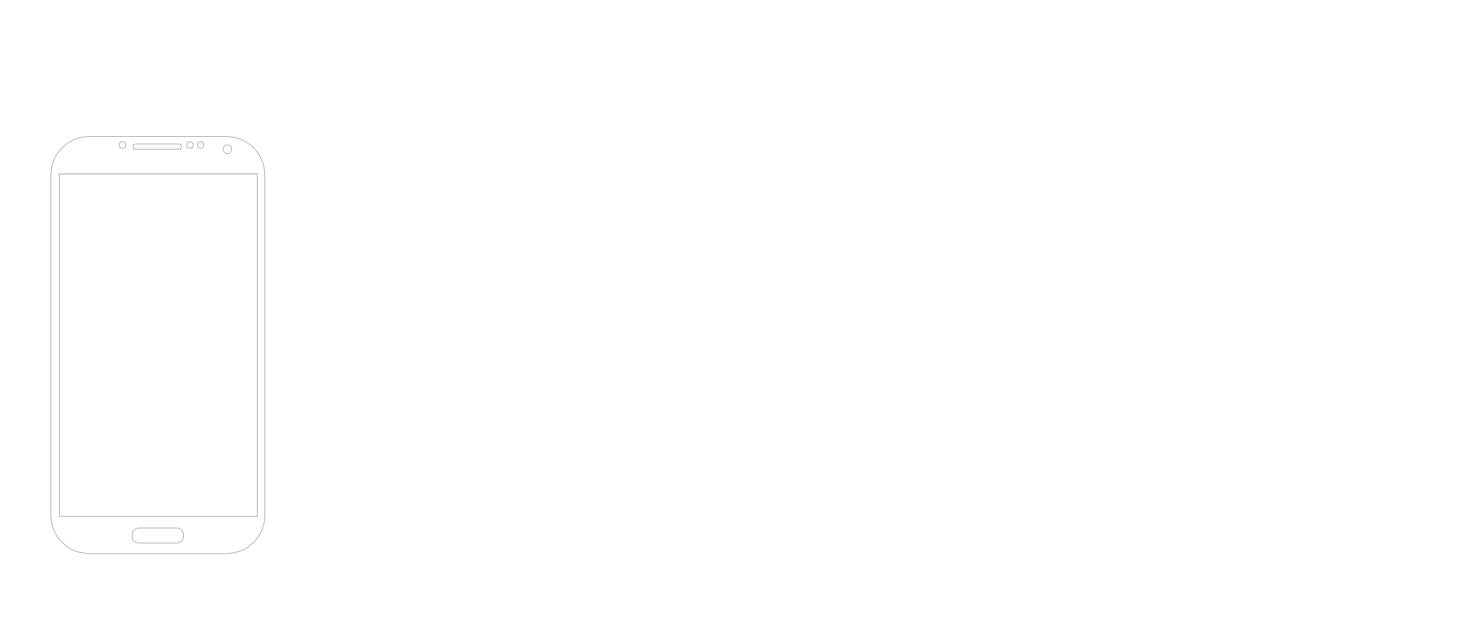
Before: pycoffee-draft.drawio in vaculiko/pycoffee, a draw.io diagram. Source tidied: cells renumbered, new cells numbered last; positions are measured from the earlier drawing's top-left corner, leaving out a move shared by most shapes. Both pictures are drawn from the tidied source at 107%, with x=0, y=0 at pixel (50, 136).
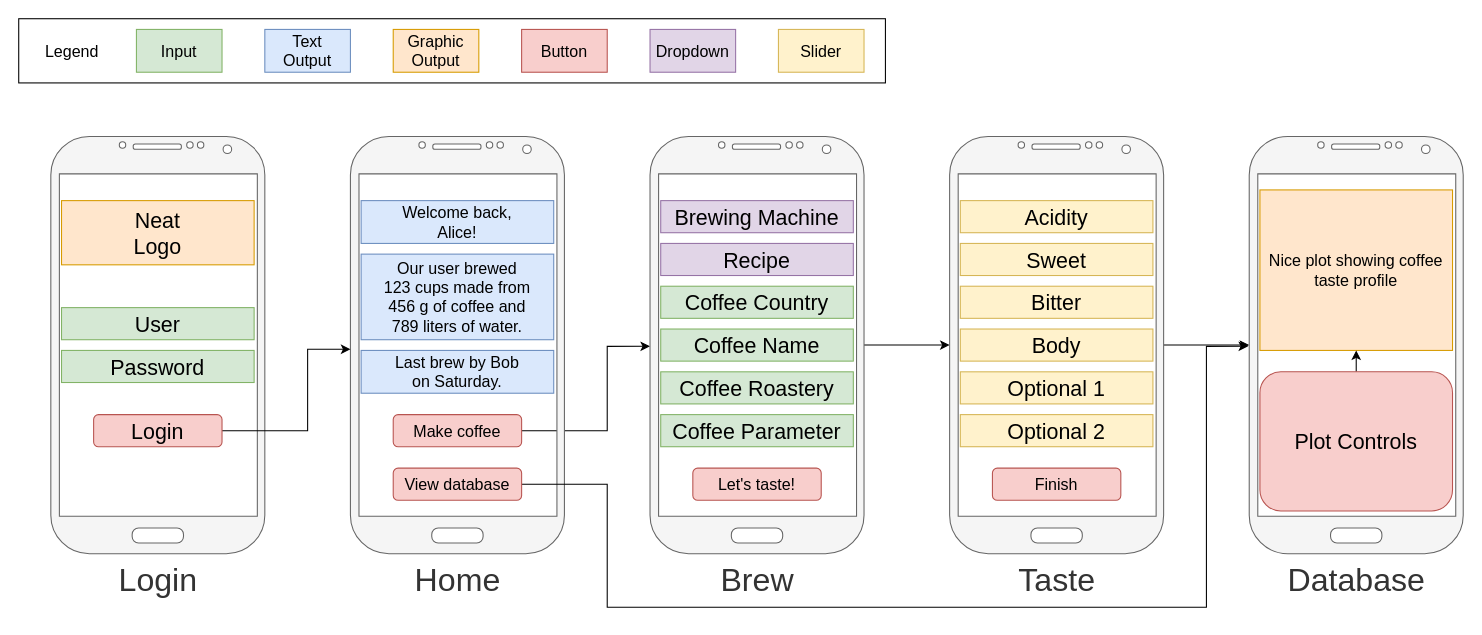
The same page after the edit.

Commit message:
Initial layout mockup

The edit, as a diff of the source:
```diff
@@
+    <mxCell id="3" style="rounded=0;whiteSpace=wrap;html=1;shadow=0;labelBackgroundColor=none;fontSize=15;" parent="1" vertex="1">
+      <mxGeometry x="-30" y="-110" width="810" height="60" as="geometry" />
+    </mxCell>
-    <mxCell id="2" style="verticalLabelPosition=bottom;verticalAlign=top;html=1;shadow=0;dashed=0;strokeWidth=1;shape=mxgraph.android.phone2;strokeColor=#c0c0c0;flipH=0;" parent="1" vertex="1">
+    <mxCell id="2" value="Login" style="verticalLabelPosition=bottom;verticalAlign=top;html=1;shadow=0;dashed=0;strokeWidth=1;shape=mxgraph.android.phone2;strokeColor=#666666;flipH=0;fillColor=#f5f5f5;fontColor=#333333;fontSize=30;labelBackgroundColor=none;" parent="1" vertex="1">
       <mxGeometry width="200" height="390" as="geometry" />
     </mxCell>
+    <mxCell id="4" value="User" style="rounded=0;whiteSpace=wrap;html=1;shadow=0;labelBackgroundColor=none;fontSize=20;fillColor=#d5e8d4;strokeColor=#82b366;" parent="1" vertex="1">
+      <mxGeometry x="10" y="160" width="180" height="30" as="geometry" />
+    </mxCell>
+    <mxCell id="5" value="Input" style="rounded=0;whiteSpace=wrap;html=1;shadow=0;labelBackgroundColor=none;fontSize=15;fillColor=#d5e8d4;strokeColor=#82b366;" parent="1" vertex="1">
+      <mxGeometry x="80" y="-100" width="80" height="40" as="geometry" />
+    </mxCell>
+    <mxCell id="6" value="Text&lt;br style=&quot;font-size: 15px;&quot;&gt;Output" style="rounded=0;whiteSpace=wrap;html=1;shadow=0;labelBackgroundColor=none;fontSize=15;fillColor=#dae8fc;strokeColor=#6c8ebf;" parent="1" vertex="1">
+      <mxGeometry x="200" y="-100" width="80" height="40" as="geometry" />
+    </mxCell>
+    <mxCell id="7" value="&lt;div&gt;Graphic&lt;/div&gt;&lt;div&gt;Output&lt;br&gt;&lt;/div&gt;" style="rounded=0;whiteSpace=wrap;html=1;shadow=0;labelBackgroundColor=none;fontSize=15;fillColor=#ffe6cc;strokeColor=#d79b00;" parent="1" vertex="1">
+      <mxGeometry x="320" y="-100" width="80" height="40" as="geometry" />
+    </mxCell>
+    <mxCell id="8" value="Button" style="rounded=0;whiteSpace=wrap;html=1;shadow=0;labelBackgroundColor=none;fontSize=15;fillColor=#f8cecc;strokeColor=#b85450;" parent="1" vertex="1">
+      <mxGeometry x="440" y="-100" width="80" height="40" as="geometry" />
+    </mxCell>
+    <mxCell id="9" style="edgeStyle=orthogonalEdgeStyle;rounded=0;jettySize=auto;html=1;entryX=0;entryY=0.503;entryDx=0;entryDy=0;entryPerimeter=0;fontSize=15;" parent="1" edge="1" source="10" target="22">
+      <mxGeometry relative="1" as="geometry">
+        <Array as="points">
+          <mxPoint x="520" y="275" />
+          <mxPoint x="520" y="196" />
+        </Array>
+      </mxGeometry>
+    </mxCell>
+    <mxCell id="10" value="Make coffee" style="rounded=1;whiteSpace=wrap;html=1;shadow=0;labelBackgroundColor=none;fontSize=15;fillColor=#f8cecc;strokeColor=#b85450;" parent="1" vertex="1">
+      <mxGeometry x="320" y="260" width="120" height="30" as="geometry" />
+    </mxCell>
+    <mxCell id="11" value="&lt;div style=&quot;font-size: 20px&quot;&gt;Neat&lt;/div&gt;&lt;div style=&quot;font-size: 20px&quot;&gt;Logo&lt;br style=&quot;font-size: 20px&quot;&gt;&lt;/div&gt;" style="rounded=0;whiteSpace=wrap;html=1;shadow=0;labelBackgroundColor=none;fontSize=20;fillColor=#ffe6cc;strokeColor=#d79b00;" parent="1" vertex="1">
+      <mxGeometry x="10" y="60" width="180" height="60" as="geometry" />
+    </mxCell>
+    <mxCell id="12" value="Password" style="rounded=0;whiteSpace=wrap;html=1;shadow=0;labelBackgroundColor=none;fontSize=20;fillColor=#d5e8d4;strokeColor=#82b366;" parent="1" vertex="1">
+      <mxGeometry x="10" y="200" width="180" height="30" as="geometry" />
+    </mxCell>
+    <mxCell id="13" value="Home" style="verticalLabelPosition=bottom;verticalAlign=top;html=1;shadow=0;dashed=0;strokeWidth=1;shape=mxgraph.android.phone2;strokeColor=#666666;flipH=0;fillColor=#f5f5f5;fontColor=#333333;fontSize=30;labelBackgroundColor=none;" parent="1" vertex="1">
+      <mxGeometry x="280" width="200" height="390" as="geometry" />
+    </mxCell>
+    <mxCell id="14" value="&lt;div&gt;Welcome back,&lt;/div&gt;&lt;div&gt;Alice!&lt;br&gt;&lt;/div&gt;" style="rounded=0;whiteSpace=wrap;html=1;shadow=0;labelBackgroundColor=none;fontSize=15;fillColor=#dae8fc;strokeColor=#6c8ebf;" parent="1" vertex="1">
+      <mxGeometry x="290" y="60" width="180" height="40" as="geometry" />
+    </mxCell>
+    <mxCell id="15" style="edgeStyle=orthogonalEdgeStyle;rounded=0;jettySize=auto;html=1;exitX=1;exitY=0.5;exitDx=0;exitDy=0;entryX=0;entryY=0.51;entryDx=0;entryDy=0;entryPerimeter=0;fontSize=15;" parent="1" edge="1" source="16" target="13">
+      <mxGeometry relative="1" as="geometry">
+        <Array as="points">
+          <mxPoint x="240" y="275" />
+          <mxPoint x="240" y="199" />
+        </Array>
+      </mxGeometry>
+    </mxCell>
+    <mxCell id="16" value="Login" style="rounded=1;whiteSpace=wrap;html=1;shadow=0;labelBackgroundColor=none;fontSize=20;fillColor=#f8cecc;strokeColor=#b85450;glass=0;sketch=0;" parent="1" vertex="1">
+      <mxGeometry x="40" y="260" width="120" height="30" as="geometry" />
+    </mxCell>
+    <mxCell id="17" style="edgeStyle=orthogonalEdgeStyle;rounded=0;jettySize=auto;html=1;exitX=1;exitY=0.5;exitDx=0;exitDy=0;entryX=-0.005;entryY=0.503;entryDx=0;entryDy=0;entryPerimeter=0;fontSize=15;" parent="1" edge="1" source="18" target="42">
+      <mxGeometry relative="1" as="geometry">
+        <Array as="points">
+          <mxPoint x="520" y="325" />
+          <mxPoint x="520" y="440" />
+          <mxPoint x="1080" y="440" />
+          <mxPoint x="1080" y="196" />
+        </Array>
+      </mxGeometry>
+    </mxCell>
+    <mxCell id="18" value="View database" style="rounded=1;whiteSpace=wrap;html=1;shadow=0;labelBackgroundColor=none;fontSize=15;fillColor=#f8cecc;strokeColor=#b85450;" parent="1" vertex="1">
+      <mxGeometry x="320" y="310" width="120" height="30" as="geometry" />
+    </mxCell>
+    <mxCell id="19" value="&lt;div style=&quot;font-size: 15px;&quot;&gt;Our user brewed&lt;br style=&quot;font-size: 15px;&quot;&gt;&lt;/div&gt;&lt;div style=&quot;font-size: 15px;&quot;&gt;123 cups made from &lt;br style=&quot;font-size: 15px;&quot;&gt;&lt;/div&gt;&lt;div style=&quot;font-size: 15px;&quot;&gt;456 g of coffee and &lt;br style=&quot;font-size: 15px;&quot;&gt;&lt;/div&gt;&lt;div style=&quot;font-size: 15px;&quot;&gt;789 liters of water.&lt;/div&gt;" style="rounded=0;whiteSpace=wrap;html=1;shadow=0;labelBackgroundColor=none;fontSize=15;fillColor=#dae8fc;strokeColor=#6c8ebf;" parent="1" vertex="1">
+      <mxGeometry x="290" y="110" width="180" height="80" as="geometry" />
+    </mxCell>
+    <mxCell id="20" value="&lt;div&gt;Last brew by Bob &lt;br&gt;&lt;/div&gt;&lt;div&gt;on Saturday.&lt;/div&gt;" style="rounded=0;whiteSpace=wrap;html=1;shadow=0;labelBackgroundColor=none;fontSize=15;fillColor=#dae8fc;strokeColor=#6c8ebf;" parent="1" vertex="1">
+      <mxGeometry x="290" y="200" width="180" height="40" as="geometry" />
+    </mxCell>
+    <mxCell id="21" style="edgeStyle=orthogonalEdgeStyle;rounded=0;jettySize=auto;html=1;fontSize=15;" parent="1" edge="1" source="22" target="32">
+      <mxGeometry relative="1" as="geometry" />
+    </mxCell>
+    <mxCell id="22" value="Brew" style="verticalLabelPosition=bottom;verticalAlign=top;html=1;shadow=0;dashed=0;strokeWidth=1;shape=mxgraph.android.phone2;strokeColor=#666666;flipH=0;fillColor=#f5f5f5;fontColor=#333333;fontSize=30;labelBackgroundColor=none;" parent="1" vertex="1">
+      <mxGeometry x="560" width="200" height="390" as="geometry" />
+    </mxCell>
+    <mxCell id="23" value="Brewing Machine" style="rounded=0;whiteSpace=wrap;html=1;shadow=0;labelBackgroundColor=none;fontSize=20;fillColor=#e1d5e7;strokeColor=#9673a6;" parent="1" vertex="1">
+      <mxGeometry x="570" y="60" width="180" height="30" as="geometry" />
+    </mxCell>
+    <mxCell id="24" value="Dropdown" style="rounded=0;whiteSpace=wrap;html=1;shadow=0;labelBackgroundColor=none;fontSize=15;fillColor=#e1d5e7;strokeColor=#9673a6;" parent="1" vertex="1">
+      <mxGeometry x="560" y="-100" width="80" height="40" as="geometry" />
+    </mxCell>
+    <mxCell id="25" value="Recipe" style="rounded=0;whiteSpace=wrap;html=1;shadow=0;labelBackgroundColor=none;fontSize=20;fillColor=#e1d5e7;strokeColor=#9673a6;" parent="1" vertex="1">
+      <mxGeometry x="570" y="100" width="180" height="30" as="geometry" />
+    </mxCell>
+    <mxCell id="26" value="Coffee Country" style="rounded=0;whiteSpace=wrap;html=1;shadow=0;labelBackgroundColor=none;fontSize=20;fillColor=#d5e8d4;strokeColor=#82b366;" parent="1" vertex="1">
+      <mxGeometry x="570" y="140" width="180" height="30" as="geometry" />
+    </mxCell>
+    <mxCell id="27" value="Coffee Name" style="rounded=0;whiteSpace=wrap;html=1;shadow=0;labelBackgroundColor=none;fontSize=20;fillColor=#d5e8d4;strokeColor=#82b366;" parent="1" vertex="1">
+      <mxGeometry x="570" y="180" width="180" height="30" as="geometry" />
+    </mxCell>
+    <mxCell id="28" value="Coffee Roastery" style="rounded=0;whiteSpace=wrap;html=1;shadow=0;labelBackgroundColor=none;fontSize=20;fillColor=#d5e8d4;strokeColor=#82b366;" parent="1" vertex="1">
+      <mxGeometry x="570" y="220" width="180" height="30" as="geometry" />
+    </mxCell>
+    <mxCell id="29" value="Coffee Parameter" style="rounded=0;whiteSpace=wrap;html=1;shadow=0;labelBackgroundColor=none;fontSize=20;fillColor=#d5e8d4;strokeColor=#82b366;" parent="1" vertex="1">
+      <mxGeometry x="570" y="260" width="180" height="30" as="geometry" />
+    </mxCell>
+    <mxCell id="30" value="Let's taste!" style="rounded=1;whiteSpace=wrap;html=1;shadow=0;labelBackgroundColor=none;fontSize=15;fillColor=#f8cecc;strokeColor=#b85450;" parent="1" vertex="1">
+      <mxGeometry x="600" y="310" width="120" height="30" as="geometry" />
+    </mxCell>
+    <mxCell id="31" style="edgeStyle=orthogonalEdgeStyle;rounded=0;jettySize=auto;html=1;fontSize=15;" parent="1" edge="1" source="32">
+      <mxGeometry relative="1" as="geometry">
+        <mxPoint x="1120" y="195" as="targetPoint" />
+        <Array as="points">
+          <mxPoint x="1080" y="195" />
+          <mxPoint x="1080" y="195" />
+        </Array>
+      </mxGeometry>
+    </mxCell>
+    <mxCell id="32" value="Taste" style="verticalLabelPosition=bottom;verticalAlign=top;html=1;shadow=0;dashed=0;strokeWidth=1;shape=mxgraph.android.phone2;strokeColor=#666666;flipH=0;fillColor=#f5f5f5;fontColor=#333333;fontSize=30;labelBackgroundColor=none;" parent="1" vertex="1">
+      <mxGeometry x="840" width="200" height="390" as="geometry" />
+    </mxCell>
+    <mxCell id="33" value="Slider" style="rounded=0;whiteSpace=wrap;html=1;shadow=0;labelBackgroundColor=none;fontSize=15;fillColor=#fff2cc;strokeColor=#d6b656;" parent="1" vertex="1">
+      <mxGeometry x="680" y="-100" width="80" height="40" as="geometry" />
+    </mxCell>
+    <mxCell id="34" value="Legend" style="text;html=1;strokeColor=none;fillColor=none;align=center;verticalAlign=middle;whiteSpace=wrap;rounded=0;shadow=0;labelBackgroundColor=none;fontSize=15;" parent="1" vertex="1">
+      <mxGeometry y="-90" width="40" height="20" as="geometry" />
+    </mxCell>
+    <mxCell id="35" value="Acidity" style="rounded=0;whiteSpace=wrap;html=1;shadow=0;labelBackgroundColor=none;fontSize=20;fillColor=#fff2cc;strokeColor=#d6b656;" parent="1" vertex="1">
+      <mxGeometry x="850" y="60" width="180" height="30" as="geometry" />
+    </mxCell>
+    <mxCell id="36" value="Sweet" style="rounded=0;whiteSpace=wrap;html=1;shadow=0;labelBackgroundColor=none;fontSize=20;fillColor=#fff2cc;strokeColor=#d6b656;" parent="1" vertex="1">
+      <mxGeometry x="850" y="100" width="180" height="30" as="geometry" />
+    </mxCell>
+    <mxCell id="37" value="Bitter" style="rounded=0;whiteSpace=wrap;html=1;shadow=0;labelBackgroundColor=none;fontSize=20;fillColor=#fff2cc;strokeColor=#d6b656;" parent="1" vertex="1">
+      <mxGeometry x="850" y="140" width="180" height="30" as="geometry" />
+    </mxCell>
+    <mxCell id="38" value="Body" style="rounded=0;whiteSpace=wrap;html=1;shadow=0;labelBackgroundColor=none;fontSize=20;fillColor=#fff2cc;strokeColor=#d6b656;" parent="1" vertex="1">
+      <mxGeometry x="850" y="180" width="180" height="30" as="geometry" />
+    </mxCell>
+    <mxCell id="39" value="Optional 1" style="rounded=0;whiteSpace=wrap;html=1;shadow=0;labelBackgroundColor=none;fontSize=20;fillColor=#fff2cc;strokeColor=#d6b656;" parent="1" vertex="1">
+      <mxGeometry x="850" y="220" width="180" height="30" as="geometry" />
+    </mxCell>
+    <mxCell id="40" value="Optional 2" style="rounded=0;whiteSpace=wrap;html=1;shadow=0;labelBackgroundColor=none;fontSize=20;fillColor=#fff2cc;strokeColor=#d6b656;" parent="1" vertex="1">
+      <mxGeometry x="850" y="260" width="180" height="30" as="geometry" />
+    </mxCell>
+    <mxCell id="41" value="Finish" style="rounded=1;whiteSpace=wrap;html=1;shadow=0;labelBackgroundColor=none;fontSize=15;fillColor=#f8cecc;strokeColor=#b85450;" parent="1" vertex="1">
+      <mxGeometry x="880" y="310" width="120" height="30" as="geometry" />
+    </mxCell>
+    <mxCell id="42" value="Database" style="verticalLabelPosition=bottom;verticalAlign=top;html=1;shadow=0;dashed=0;strokeWidth=1;shape=mxgraph.android.phone2;strokeColor=#666666;flipH=0;fillColor=#f5f5f5;fontColor=#333333;fontSize=30;labelBackgroundColor=none;" parent="1" vertex="1">
+      <mxGeometry x="1120" width="200" height="390" as="geometry" />
+    </mxCell>
+    <mxCell id="43" value="Nice plot showing coffee taste profile" style="rounded=0;whiteSpace=wrap;html=1;shadow=0;labelBackgroundColor=none;fontSize=15;fillColor=#ffe6cc;strokeColor=#d79b00;" parent="1" vertex="1">
+      <mxGeometry x="1130" y="50" width="180" height="150" as="geometry" />
+    </mxCell>
+    <mxCell id="44" style="edgeStyle=orthogonalEdgeStyle;rounded=0;jettySize=auto;html=1;exitX=0.5;exitY=0;exitDx=0;exitDy=0;entryX=0.5;entryY=1;entryDx=0;entryDy=0;fontSize=15;" parent="1" edge="1" source="45" target="43">
+      <mxGeometry relative="1" as="geometry" />
+    </mxCell>
+    <mxCell id="45" value="Plot Controls" style="rounded=1;whiteSpace=wrap;html=1;shadow=0;labelBackgroundColor=none;fontSize=20;fillColor=#f8cecc;strokeColor=#b85450;" parent="1" vertex="1">
+      <mxGeometry x="1130" y="220" width="180" height="130" as="geometry" />
+    </mxCell>
```
